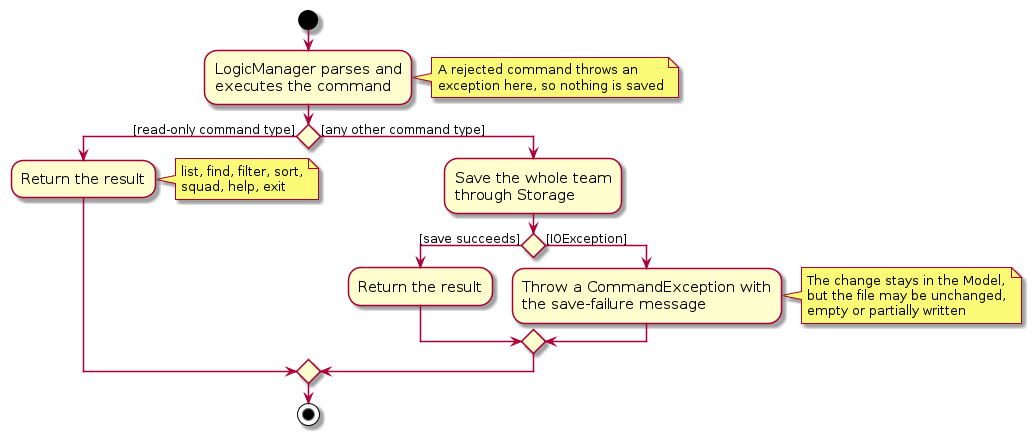
Before: diagrams/StorageSaveActivityDiagram.png, a diagram exported from PlantUML (AY2627S1-CS2103T-W13-1/tp). Its source is kept beside it as diagrams/StorageSaveActivityDiagram.puml. Source of this version:
```plantuml
@startuml
skin rose
skinparam ActivityFontSize 15
skinparam ArrowFontSize 12
start
:LogicManager parses and
executes the command;
note right: A rejected command throws an\nexception here, so nothing is saved
if () then ([read-only command type])
  :Return the result;
  note right: list, find, filter, sort,\nsquad, help, exit
else ([any other command type])
  :Save the whole team
  through Storage;
  if () then ([save succeeds])
    :Return the result;
  else ([IOException])
    :Throw a CommandException with
    the save-failure message;
    note right: The change stays in the Model,\nbut the file may be unchanged,\nempty or partially written
  endif
endif
stop
@enduml
```
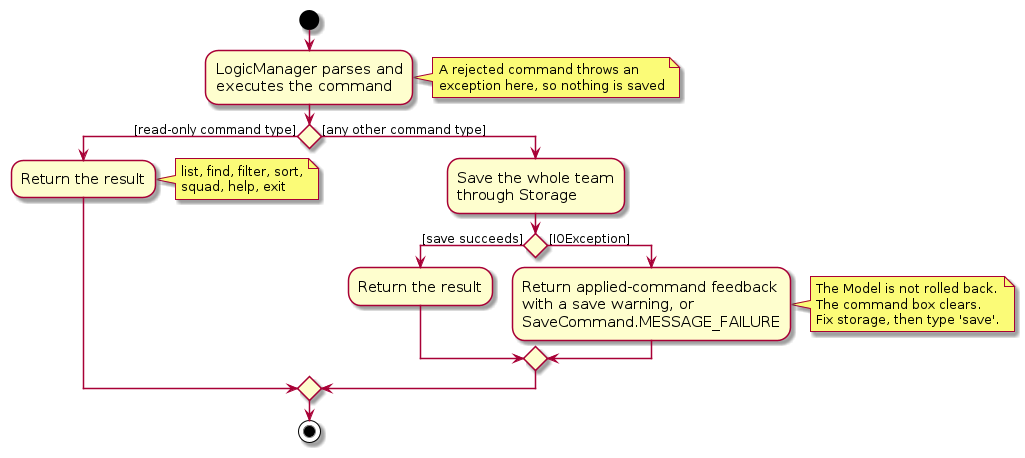
After the change.

What changed in the source:
```diff
@@ -15,9 +15,10 @@
   if () then ([save succeeds])
     :Return the result;
   else ([IOException])
-    :Throw a CommandException with
-    the save-failure message;
-    note right: The change stays in the Model,\nbut the file may be unchanged,\nempty or partially written
+    :Return applied-command feedback
+    with a save warning, or
+    SaveCommand.MESSAGE_FAILURE;
+    note right: The Model is not rolled back.\nThe command box clears.\nFix storage, then type 'save'.
   endif
 endif
 stop
```
